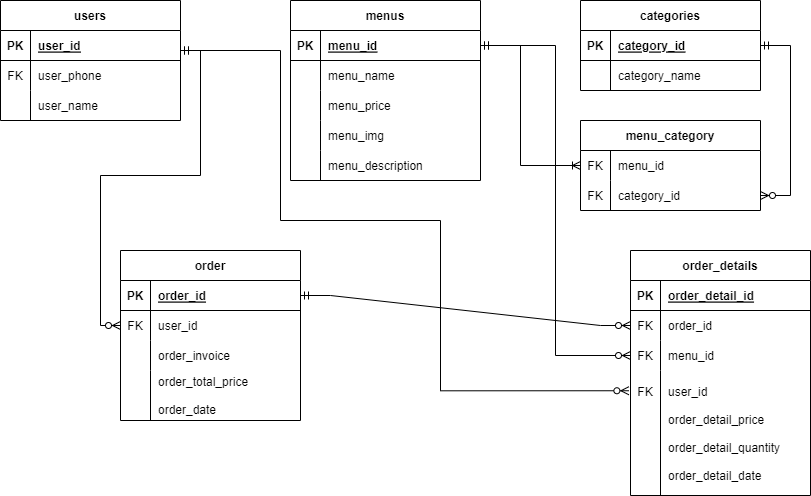
Before: module2/session2/ERD.png, a diagram exported from draw.io (shafaalafghany/gigih-assignment). Source tidied: cells renumbered, new cells last; positions are measured from the earlier drawing's top-left corner, leaving out a move shared by most shapes.
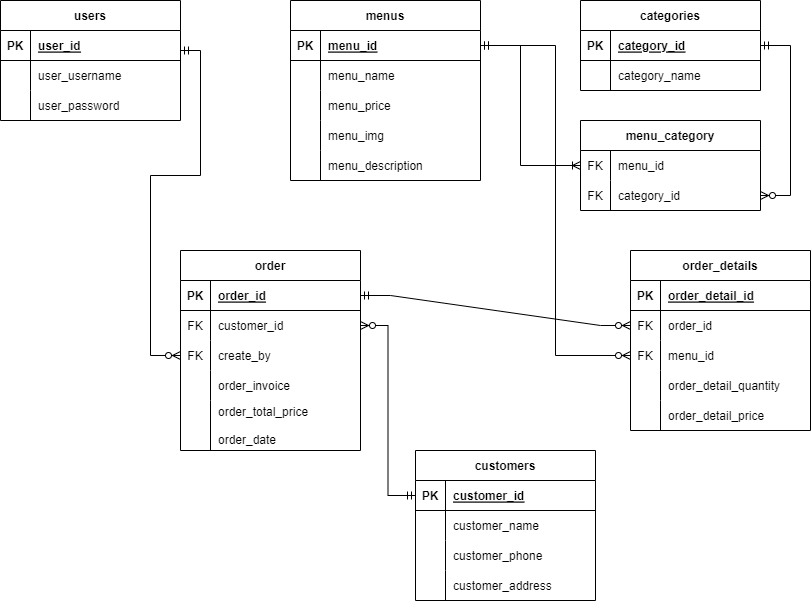
The same diagram one commit later.

Diff of the diagram source:
```diff
@@ -17,10 +17,10 @@
     <mxCell id="6" style="shape=tableRow;horizontal=0;startSize=0;swimlaneHead=0;swimlaneBody=0;fillColor=none;top=0;left=0;right=0;bottom=0;" parent="2" vertex="1">
       <mxGeometry y="60" width="180" height="30" as="geometry" />
     </mxCell>
-    <mxCell id="7" value="FK" style="shape=partialRectangle;fillColor=none;top=0;left=0;bottom=0;right=0;overflow=hidden;fontStyle=0;" parent="6" vertex="1">
+    <mxCell id="7" style="shape=partialRectangle;fillColor=none;top=0;left=0;bottom=0;right=0;overflow=hidden;fontStyle=0;" parent="6" vertex="1">
       <mxGeometry width="30" height="30" as="geometry" />
     </mxCell>
-    <mxCell id="8" value="user_phone" style="shape=partialRectangle;fillColor=none;top=0;left=0;bottom=0;right=0;align=left;spacingLeft=6;overflow=hidden;fontStyle=0;" parent="6" vertex="1">
+    <mxCell id="8" value="user_username" style="shape=partialRectangle;fillColor=none;top=0;left=0;bottom=0;right=0;align=left;spacingLeft=6;overflow=hidden;fontStyle=0;" parent="6" vertex="1">
       <mxGeometry x="30" width="150" height="30" as="geometry" />
     </mxCell>
     <mxCell id="9" style="shape=tableRow;horizontal=0;startSize=0;swimlaneHead=0;swimlaneBody=0;fillColor=none;top=0;left=0;right=0;bottom=0;" parent="2" vertex="1">
@@ -29,7 +29,7 @@
     <mxCell id="10" style="shape=partialRectangle;fillColor=none;top=0;left=0;bottom=0;right=0;overflow=hidden;" parent="9" vertex="1">
       <mxGeometry width="30" height="30" as="geometry" />
     </mxCell>
-    <mxCell id="11" value="user_name" style="shape=partialRectangle;fillColor=none;top=0;left=0;bottom=0;right=0;align=left;spacingLeft=6;overflow=hidden;" parent="9" vertex="1">
+    <mxCell id="11" value="user_password" style="shape=partialRectangle;fillColor=none;top=0;left=0;bottom=0;right=0;align=left;spacingLeft=6;overflow=hidden;" parent="9" vertex="1">
       <mxGeometry x="30" width="150" height="30" as="geometry" />
     </mxCell>
     <mxCell id="12" value="menus" style="shape=table;startSize=30;rowLines=0;fontStyle=1;align=center;" parent="1" vertex="1">
@@ -102,7 +102,7 @@
       <mxGeometry x="30" width="150" height="30" as="geometry" />
     </mxCell>
     <mxCell id="35" value="order" style="shape=table;startSize=30;rowLines=0;fontStyle=1;align=center;" parent="1" vertex="1">
-      <mxGeometry x="120" y="250" width="180" height="170" as="geometry" />
+      <mxGeometry x="180" y="250" width="180" height="200" as="geometry" />
     </mxCell>
     <mxCell id="36" style="shape=tableRow;horizontal=0;startSize=0;swimlaneHead=0;swimlaneBody=0;fillColor=none;points=[[0,0.5],[1,0.5]];portConstraint=eastwest;top=0;left=0;right=0;bottom=1;" parent="35" vertex="1">
       <mxGeometry y="30" width="180" height="30" as="geometry" />
@@ -119,11 +119,20 @@
     <mxCell id="40" value="FK" style="shape=partialRectangle;fillColor=none;top=0;left=0;bottom=0;right=0;overflow=hidden;fontStyle=0;" parent="39" vertex="1">
       <mxGeometry width="30" height="30" as="geometry" />
     </mxCell>
-    <mxCell id="41" value="user_id" style="shape=partialRectangle;fillColor=none;top=0;left=0;bottom=0;right=0;align=left;spacingLeft=6;overflow=hidden;fontStyle=0;" parent="39" vertex="1">
+    <mxCell id="41" value="customer_id" style="shape=partialRectangle;fillColor=none;top=0;left=0;bottom=0;right=0;align=left;spacingLeft=6;overflow=hidden;fontStyle=0;" parent="39" vertex="1">
       <mxGeometry x="30" width="150" height="30" as="geometry" />
     </mxCell>
+    <mxCell id="74" style="shape=tableRow;horizontal=0;startSize=0;swimlaneHead=0;swimlaneBody=0;fillColor=none;points=[[0,0.5],[1,0.5]];portConstraint=eastwest;top=0;left=0;right=0;bottom=0;" parent="35" vertex="1">
+      <mxGeometry y="90" width="180" height="30" as="geometry" />
+    </mxCell>
+    <mxCell id="75" value="FK" style="shape=partialRectangle;fillColor=none;top=0;left=0;bottom=0;right=0;fontStyle=0;overflow=hidden;" parent="74" vertex="1">
+      <mxGeometry width="30" height="30" as="geometry" />
+    </mxCell>
+    <mxCell id="76" value="create_by" style="shape=partialRectangle;fillColor=none;top=0;left=0;bottom=0;right=0;align=left;spacingLeft=6;fontStyle=0;overflow=hidden;" parent="74" vertex="1">
+      <mxGeometry x="30" width="150" height="30" as="geometry" />
+    </mxCell>
     <mxCell id="42" style="shape=tableRow;horizontal=0;startSize=0;swimlaneHead=0;swimlaneBody=0;fillColor=none;top=0;left=0;right=0;bottom=0;" parent="35" vertex="1">
-      <mxGeometry y="90" width="180" height="30" as="geometry" />
+      <mxGeometry y="120" width="180" height="30" as="geometry" />
     </mxCell>
     <mxCell id="43" style="shape=partialRectangle;fillColor=none;top=0;left=0;bottom=0;right=0;overflow=hidden;" parent="42" vertex="1">
       <mxGeometry width="30" height="30" as="geometry" />
@@ -132,7 +141,7 @@
       <mxGeometry x="30" width="150" height="30" as="geometry" />
     </mxCell>
     <mxCell id="45" style="shape=tableRow;horizontal=0;startSize=0;swimlaneHead=0;swimlaneBody=0;fillColor=none;top=0;left=0;right=0;bottom=0;" parent="35" vertex="1">
-      <mxGeometry y="120" width="180" height="50" as="geometry" />
+      <mxGeometry y="150" width="180" height="50" as="geometry" />
     </mxCell>
     <mxCell id="46" style="shape=partialRectangle;fillColor=none;top=0;left=0;bottom=0;right=0;overflow=hidden;" parent="45" vertex="1">
       <mxGeometry width="30" height="50" as="geometry" />
@@ -141,7 +150,7 @@
       <mxGeometry x="30" width="150" height="50" as="geometry" />
     </mxCell>
     <mxCell id="48" value="order_details" style="shape=table;startSize=30;rowLines=0;fontStyle=1;align=center;" parent="1" vertex="1">
-      <mxGeometry x="630" y="250" width="180" height="245" as="geometry" />
+      <mxGeometry x="630" y="250" width="180" height="180" as="geometry" />
     </mxCell>
     <mxCell id="49" style="shape=tableRow;horizontal=0;startSize=0;swimlaneHead=0;swimlaneBody=0;fillColor=none;top=0;left=0;right=0;bottom=1;" parent="48" vertex="1">
       <mxGeometry y="30" width="180" height="30" as="geometry" />
@@ -171,36 +180,34 @@
       <mxGeometry x="30" width="150" height="30" as="geometry" />
     </mxCell>
     <mxCell id="58" style="shape=tableRow;horizontal=0;startSize=0;swimlaneHead=0;swimlaneBody=0;fillColor=none;points=[[0,0.5],[1,0.5]];portConstraint=eastwest;top=0;left=0;right=0;bottom=0;" parent="48" vertex="1">
-      <mxGeometry y="120" width="180" height="125" as="geometry" />
+      <mxGeometry y="120" width="180" height="30" as="geometry" />
     </mxCell>
-    <mxCell id="59" value="FK&#10;&#10;&#10;&#10;&#10;&#10;" style="shape=partialRectangle;fillColor=none;top=0;left=0;bottom=0;right=0;overflow=hidden;" parent="58" vertex="1">
-      <mxGeometry width="30" height="125" as="geometry" />
+    <mxCell id="59" style="shape=partialRectangle;fillColor=none;top=0;left=0;bottom=0;right=0;overflow=hidden;" parent="58" vertex="1">
+      <mxGeometry width="30" height="30" as="geometry" />
     </mxCell>
-    <mxCell id="60" value="user_id&#10;&#10;order_detail_price&#10;&#10;order_detail_quantity&#10;&#10;order_detail_date" style="shape=partialRectangle;fillColor=none;top=0;left=0;bottom=0;right=0;align=left;spacingLeft=6;overflow=hidden;" parent="58" vertex="1">
-      <mxGeometry x="30" width="150" height="125" as="geometry" />
+    <mxCell id="60" value="order_detail_quantity" style="shape=partialRectangle;fillColor=none;top=0;left=0;bottom=0;right=0;align=left;spacingLeft=6;overflow=hidden;" parent="58" vertex="1">
+      <mxGeometry x="30" width="150" height="30" as="geometry" />
     </mxCell>
+    <mxCell id="77" style="shape=tableRow;horizontal=0;startSize=0;swimlaneHead=0;swimlaneBody=0;fillColor=none;top=0;left=0;right=0;bottom=0;" parent="48" vertex="1">
+      <mxGeometry y="150" width="180" height="30" as="geometry" />
+    </mxCell>
+    <mxCell id="78" style="shape=partialRectangle;fillColor=none;top=0;left=0;bottom=0;right=0;overflow=hidden;" parent="77" vertex="1">
+      <mxGeometry width="30" height="30" as="geometry" />
+    </mxCell>
+    <mxCell id="79" value="order_detail_price" style="shape=partialRectangle;fillColor=none;top=0;left=0;bottom=0;right=0;align=left;spacingLeft=6;overflow=hidden;" parent="77" vertex="1">
+      <mxGeometry x="30" width="150" height="30" as="geometry" />
+    </mxCell>
-    <mxCell id="61" style="edgeStyle=orthogonalEdgeStyle;fontSize=12;html=1;endArrow=ERzeroToMany;startArrow=ERmandOne;rounded=0;entryX=0;entryY=0.5;entryDx=0;entryDy=0;" parent="1" edge="1" target="39">
+    <mxCell id="61" style="edgeStyle=orthogonalEdgeStyle;fontSize=12;html=1;endArrow=ERzeroToMany;startArrow=ERmandOne;rounded=0;entryX=0;entryY=0.5;entryDx=0;entryDy=0;" parent="1" edge="1" target="74">
       <mxGeometry relative="1" as="geometry">
         <mxPoint x="180" y="50" as="sourcePoint" />
         <Array as="points">
           <mxPoint x="200" y="50" />
           <mxPoint x="200" y="175" />
-          <mxPoint x="100" y="175" />
-          <mxPoint x="100" y="325" />
+          <mxPoint x="150" y="175" />
+          <mxPoint x="150" y="355" />
         </Array>
       </mxGeometry>
     </mxCell>
-    <mxCell id="62" style="edgeStyle=orthogonalEdgeStyle;fontSize=12;html=1;endArrow=ERzeroToMany;startArrow=ERmandOne;rounded=0;entryX=-0.009;entryY=0.162;entryDx=0;entryDy=0;entryPerimeter=0;" parent="1" edge="1" target="58">
-      <mxGeometry relative="1" as="geometry">
-        <mxPoint x="180" y="50" as="sourcePoint" />
-        <Array as="points">
-          <mxPoint x="280" y="50" />
-          <mxPoint x="280" y="220" />
-          <mxPoint x="440" y="220" />
-          <mxPoint x="440" y="390" />
-        </Array>
-      </mxGeometry>
-    </mxCell>
     <mxCell id="63" value="menu_category" style="shape=table;startSize=30;rowLines=0;fontStyle=1;align=center;" parent="1" vertex="1">
       <mxGeometry x="580" y="120" width="180" height="90" as="geometry" />
     </mxCell>
@@ -239,5 +246,47 @@
         </Array>
       </mxGeometry>
     </mxCell>
+    <mxCell id="80" value="customers" style="shape=table;startSize=30;rowLines=0;fontStyle=1;align=center;" parent="1" vertex="1">
+      <mxGeometry x="415" y="450" width="180" height="150" as="geometry" />
+    </mxCell>
+    <mxCell id="81" style="shape=tableRow;horizontal=0;startSize=0;swimlaneHead=0;swimlaneBody=0;fillColor=none;points=[[0,0.5],[1,0.5]];portConstraint=eastwest;top=0;left=0;right=0;bottom=1;" parent="80" vertex="1">
+      <mxGeometry y="30" width="180" height="30" as="geometry" />
+    </mxCell>
+    <mxCell id="82" value="PK" style="shape=partialRectangle;fillColor=none;top=0;left=0;bottom=0;right=0;fontStyle=1;overflow=hidden;" parent="81" vertex="1">
+      <mxGeometry width="30" height="30" as="geometry" />
+    </mxCell>
+    <mxCell id="83" value="customer_id" style="shape=partialRectangle;fillColor=none;top=0;left=0;bottom=0;right=0;align=left;spacingLeft=6;fontStyle=5;overflow=hidden;" parent="81" vertex="1">
+      <mxGeometry x="30" width="150" height="30" as="geometry" />
+    </mxCell>
+    <mxCell id="84" style="shape=tableRow;horizontal=0;startSize=0;swimlaneHead=0;swimlaneBody=0;fillColor=none;top=0;left=0;right=0;bottom=0;" parent="80" vertex="1">
+      <mxGeometry y="60" width="180" height="30" as="geometry" />
+    </mxCell>
+    <mxCell id="85" style="shape=partialRectangle;fillColor=none;top=0;left=0;bottom=0;right=0;overflow=hidden;" parent="84" vertex="1">
+      <mxGeometry width="30" height="30" as="geometry" />
+    </mxCell>
+    <mxCell id="86" value="customer_name" style="shape=partialRectangle;fillColor=none;top=0;left=0;bottom=0;right=0;align=left;spacingLeft=6;overflow=hidden;" parent="84" vertex="1">
+      <mxGeometry x="30" width="150" height="30" as="geometry" />
+    </mxCell>
+    <mxCell id="87" style="shape=tableRow;horizontal=0;startSize=0;swimlaneHead=0;swimlaneBody=0;fillColor=none;top=0;left=0;right=0;bottom=0;" parent="80" vertex="1">
+      <mxGeometry y="90" width="180" height="30" as="geometry" />
+    </mxCell>
+    <mxCell id="88" style="shape=partialRectangle;fillColor=none;top=0;left=0;bottom=0;right=0;overflow=hidden;" parent="87" vertex="1">
+      <mxGeometry width="30" height="30" as="geometry" />
+    </mxCell>
+    <mxCell id="89" value="customer_phone" style="shape=partialRectangle;fillColor=none;top=0;left=0;bottom=0;right=0;align=left;spacingLeft=6;overflow=hidden;" parent="87" vertex="1">
+      <mxGeometry x="30" width="150" height="30" as="geometry" />
+    </mxCell>
+    <mxCell id="90" style="shape=tableRow;horizontal=0;startSize=0;swimlaneHead=0;swimlaneBody=0;fillColor=none;top=0;left=0;right=0;bottom=0;" parent="80" vertex="1">
+      <mxGeometry y="120" width="180" height="30" as="geometry" />
+    </mxCell>
+    <mxCell id="91" style="shape=partialRectangle;fillColor=none;top=0;left=0;bottom=0;right=0;overflow=hidden;" parent="90" vertex="1">
+      <mxGeometry width="30" height="30" as="geometry" />
+    </mxCell>
+    <mxCell id="92" value="customer_address" style="shape=partialRectangle;fillColor=none;top=0;left=0;bottom=0;right=0;align=left;spacingLeft=6;overflow=hidden;" parent="90" vertex="1">
+      <mxGeometry x="30" width="150" height="30" as="geometry" />
+    </mxCell>
+    <mxCell id="93" style="edgeStyle=orthogonalEdgeStyle;fontSize=12;html=1;endArrow=ERzeroToMany;startArrow=ERmandOne;rounded=0;exitX=0;exitY=0.5;exitDx=0;exitDy=0;" parent="1" edge="1" source="81" target="39">
+      <mxGeometry relative="1" as="geometry" />
+    </mxCell>
   </root>
 </mxGraphModel>
```
